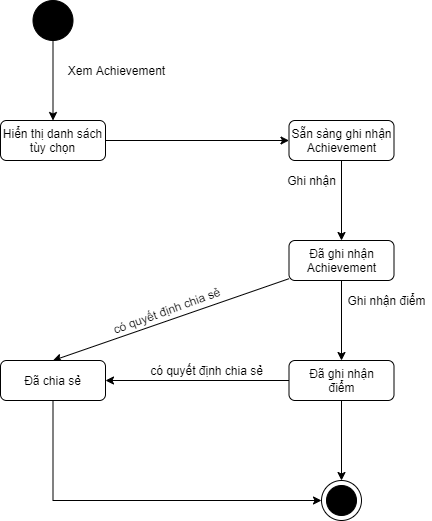
Above: ToDoApp-Doc/Document/Diagram/State Machine Diagram/Achievement/Achievement_StateDiagram.png in Merevoli-DatLuu/To-Do-App (draw.io), before the change. Source tidied: cells renumbered, new cells last; positions are measured from the earlier drawing's top-left corner, leaving out a move shared by most shapes.
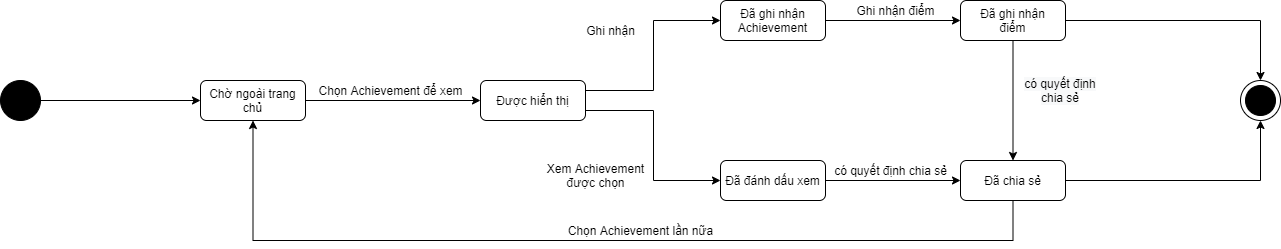
The same file after the commit.

Commit message:
[Modified] : Achievement_StateDiagram

The edit, as a diff of the source:
```diff
@@ -2,69 +2,96 @@
   <root>
     <mxCell id="0" />
     <mxCell id="1" parent="0" />
-    <mxCell id="2" style="edgeStyle=orthogonalEdgeStyle;rounded=0;jettySize=auto;html=1;entryX=0.5;entryY=0;entryDx=0;entryDy=0;" parent="1" edge="1" source="3" target="20">
-      <mxGeometry relative="1" as="geometry" />
-    </mxCell>
+    <mxCell id="19" style="edgeStyle=orthogonalEdgeStyle;rounded=0;jettySize=auto;html=1;entryX=0;entryY=0.5;entryDx=0;entryDy=0;" parent="1" edge="1" source="3" target="20">
+      <mxGeometry relative="1" as="geometry" />
+    </mxCell>
     <mxCell id="3" style="shape=ellipse;html=1;fillColor=#000000;fontSize=18;fontColor=#ffffff;" parent="1" vertex="1">
-      <mxGeometry x="32.5" width="40" height="40" as="geometry" />
+      <mxGeometry x="-39" y="200" width="40" height="40" as="geometry" />
     </mxCell>
     <mxCell id="4" style="shape=mxgraph.sysml.actFinal;html=1;verticalLabelPosition=bottom;labelBackgroundColor=#ffffff;verticalAlign=top;" parent="1" vertex="1">
-      <mxGeometry x="321" y="480" width="40" height="40" as="geometry" />
+      <mxGeometry x="1201" y="200" width="40" height="40" as="geometry" />
     </mxCell>
-    <mxCell id="5" style="edgeStyle=orthogonalEdgeStyle;rounded=0;jettySize=auto;html=1;entryX=0.5;entryY=0;entryDx=0;entryDy=0;" parent="1" edge="1" source="6" target="9">
-      <mxGeometry relative="1" as="geometry" />
-    </mxCell>
-    <mxCell id="6" value="Sẵn sàng ghi nhận Achievement" style="shape=rect;rounded=1;html=1;whiteSpace=wrap;align=center;" parent="1" vertex="1">
-      <mxGeometry x="288.5" y="120" width="105" height="40" as="geometry" />
-    </mxCell>
-    <mxCell id="7" style="edgeStyle=orthogonalEdgeStyle;rounded=0;jettySize=auto;html=1;entryX=0.5;entryY=0;entryDx=0;entryDy=0;" parent="1" edge="1" source="9" target="13">
+    <mxCell id="7" style="edgeStyle=orthogonalEdgeStyle;rounded=0;jettySize=auto;html=1;entryX=0;entryY=0.5;entryDx=0;entryDy=0;" parent="1" edge="1" source="9" target="13">
       <mxGeometry relative="1" as="geometry" />
     </mxCell>
-    <mxCell id="8" style="edgeStyle=none;rounded=0;jettySize=auto;html=1;entryX=0.5;entryY=0;entryDx=0;entryDy=0;" parent="1" edge="1" source="9" target="16">
-      <mxGeometry relative="1" as="geometry" />
-    </mxCell>
     <mxCell id="9" value="Đã ghi nhận&lt;br&gt;Achievement" style="shape=rect;rounded=1;html=1;whiteSpace=wrap;align=center;" parent="1" vertex="1">
-      <mxGeometry x="288.5" y="240" width="105" height="40" as="geometry" />
+      <mxGeometry x="681" y="120" width="105" height="40" as="geometry" />
     </mxCell>
     <mxCell id="10" value="Ghi nhận" style="text;html=1;align=center;verticalAlign=middle;" parent="1" vertex="1">
-      <mxGeometry x="281" y="170" width="60" height="20" as="geometry" />
+      <mxGeometry x="541" y="140" width="60" height="20" as="geometry" />
     </mxCell>
-    <mxCell id="11" style="edgeStyle=none;rounded=0;jettySize=auto;html=1;entryX=1;entryY=0.5;entryDx=0;entryDy=0;" parent="1" edge="1" source="13" target="16">
+    <mxCell id="11" style="edgeStyle=orthogonalEdgeStyle;rounded=0;jettySize=auto;html=1;entryX=0.5;entryY=0;entryDx=0;entryDy=0;" parent="1" edge="1" source="13" target="16">
       <mxGeometry relative="1" as="geometry" />
     </mxCell>
     <mxCell id="12" style="edgeStyle=orthogonalEdgeStyle;rounded=0;jettySize=auto;html=1;entryX=0.5;entryY=0;entryDx=0;entryDy=0;entryPerimeter=0;" parent="1" edge="1" source="13" target="4">
       <mxGeometry relative="1" as="geometry" />
     </mxCell>
     <mxCell id="13" value="Đã ghi nhận&lt;br&gt;điểm" style="shape=rect;rounded=1;html=1;whiteSpace=wrap;align=center;" parent="1" vertex="1">
-      <mxGeometry x="288.5" y="360" width="105" height="40" as="geometry" />
+      <mxGeometry x="921" y="120" width="105" height="40" as="geometry" />
     </mxCell>
     <mxCell id="14" value="Ghi nhận điểm" style="text;html=1;align=center;verticalAlign=middle;" parent="1" vertex="1">
-      <mxGeometry x="341" y="290" width="90" height="20" as="geometry" />
+      <mxGeometry x="811" y="120" width="90" height="20" as="geometry" />
     </mxCell>
+    <mxCell id="22" style="edgeStyle=orthogonalEdgeStyle;rounded=0;jettySize=auto;html=1;entryX=0.5;entryY=1;entryDx=0;entryDy=0;" parent="1" edge="1" source="16" target="20">
+      <mxGeometry relative="1" as="geometry">
+        <Array as="points">
+          <mxPoint x="974" y="360" />
+          <mxPoint x="214" y="360" />
+        </Array>
+      </mxGeometry>
+    </mxCell>
-    <mxCell id="15" style="edgeStyle=orthogonalEdgeStyle;rounded=0;jettySize=auto;html=1;entryX=0;entryY=0.5;entryDx=0;entryDy=0;entryPerimeter=0;" parent="1" edge="1" source="16" target="4">
-      <mxGeometry relative="1" as="geometry">
-        <Array as="points">
-          <mxPoint x="53" y="500" />
-        </Array>
-      </mxGeometry>
+    <mxCell id="15" style="edgeStyle=orthogonalEdgeStyle;rounded=0;jettySize=auto;html=1;entryX=0.5;entryY=1;entryDx=0;entryDy=0;entryPerimeter=0;" parent="1" edge="1" source="16" target="4">
+      <mxGeometry relative="1" as="geometry" />
     </mxCell>
     <mxCell id="16" value="Đã chia sẻ" style="shape=rect;rounded=1;html=1;whiteSpace=wrap;align=center;" parent="1" vertex="1">
-      <mxGeometry y="360" width="105" height="40" as="geometry" />
+      <mxGeometry x="921" y="280" width="105" height="40" as="geometry" />
     </mxCell>
+    <mxCell id="18" value="có quyết định chia sẻ" style="text;html=1;align=center;verticalAlign=middle;" parent="1" vertex="1">
+      <mxGeometry x="786" y="280" width="130" height="20" as="geometry" />
+    </mxCell>
+    <mxCell id="23" style="rounded=0;jettySize=auto;html=1;entryX=0;entryY=0.5;entryDx=0;entryDy=0;" parent="1" edge="1" source="20" target="26">
+      <mxGeometry relative="1" as="geometry" />
+    </mxCell>
+    <mxCell id="20" value="Chờ ngoài trang chủ" style="shape=rect;rounded=1;html=1;whiteSpace=wrap;align=center;" parent="1" vertex="1">
+      <mxGeometry x="161" y="200" width="105" height="40" as="geometry" />
+    </mxCell>
+    <mxCell id="24" style="edgeStyle=orthogonalEdgeStyle;rounded=0;jettySize=auto;html=1;entryX=0;entryY=0.5;entryDx=0;entryDy=0;" parent="1" edge="1" source="26">
+      <mxGeometry relative="1" as="geometry">
+        <mxPoint x="681" y="140" as="targetPoint" />
+        <Array as="points">
+          <mxPoint x="614" y="210" />
+          <mxPoint x="614" y="140" />
+        </Array>
+      </mxGeometry>
+    </mxCell>
+    <mxCell id="25" style="edgeStyle=orthogonalEdgeStyle;rounded=0;jettySize=auto;html=1;entryX=0;entryY=0.5;entryDx=0;entryDy=0;" parent="1" edge="1" source="26" target="29">
+      <mxGeometry relative="1" as="geometry">
+        <Array as="points">
+          <mxPoint x="614" y="230" />
+          <mxPoint x="614" y="300" />
+        </Array>
+      </mxGeometry>
+    </mxCell>
+    <mxCell id="26" value="Được hiển thị" style="shape=rect;rounded=1;html=1;whiteSpace=wrap;align=center;" parent="1" vertex="1">
+      <mxGeometry x="441" y="200" width="105" height="40" as="geometry" />
+    </mxCell>
+    <mxCell id="27" value="Chọn Achievement để xem" style="text;html=1;align=center;verticalAlign=middle;" parent="1" vertex="1">
+      <mxGeometry x="271" y="200" width="160" height="20" as="geometry" />
+    </mxCell>
+    <mxCell id="28" style="edgeStyle=orthogonalEdgeStyle;rounded=0;jettySize=auto;html=1;entryX=0;entryY=0.5;entryDx=0;entryDy=0;" parent="1" edge="1" source="29" target="16">
+      <mxGeometry relative="1" as="geometry" />
+    </mxCell>
+    <mxCell id="29" value="Đã đánh dấu xem" style="shape=rect;rounded=1;html=1;whiteSpace=wrap;align=center;" parent="1" vertex="1">
+      <mxGeometry x="681" y="280" width="105" height="40" as="geometry" />
+    </mxCell>
+    <mxCell id="30" value="Xem Achievement&lt;br&gt;được chọn" style="text;html=1;align=center;verticalAlign=middle;" parent="1" vertex="1">
+      <mxGeometry x="501" y="280" width="110" height="30" as="geometry" />
+    </mxCell>
-    <mxCell id="17" value="có quyết định chia sẻ" style="text;html=1;align=center;verticalAlign=middle;rotation=-20;" parent="1" vertex="1">
-      <mxGeometry x="101" y="300" width="130" height="20" as="geometry" />
+    <mxCell id="17" value="&lt;span style=&quot;color: rgb(0 , 0 , 0) ; font-family: &amp;#34;helvetica&amp;#34; ; font-size: 12px ; font-style: normal ; font-weight: 400 ; letter-spacing: normal ; text-indent: 0px ; text-transform: none ; word-spacing: 0px ; background-color: rgb(248 , 249 , 250) ; display: inline ; float: none&quot;&gt;có quyết định&lt;br&gt;chia sẻ&lt;/span&gt;" style="text;whiteSpace=wrap;html=1;align=center;" parent="1" vertex="1">
+      <mxGeometry x="981" y="190" width="80" height="30" as="geometry" />
     </mxCell>
-    <mxCell id="18" value="có quyết định chia sẻ" style="text;html=1;align=center;verticalAlign=middle;" parent="1" vertex="1">
-      <mxGeometry x="141" y="360" width="130" height="20" as="geometry" />
-    </mxCell>
-    <mxCell id="19" style="edgeStyle=orthogonalEdgeStyle;rounded=0;jettySize=auto;html=1;entryX=0;entryY=0.5;entryDx=0;entryDy=0;" parent="1" edge="1" source="20" target="6">
-      <mxGeometry relative="1" as="geometry" />
-    </mxCell>
-    <mxCell id="20" value="Hiển thị danh sách tùy chọn" style="shape=rect;rounded=1;html=1;whiteSpace=wrap;align=center;" parent="1" vertex="1">
-      <mxGeometry y="120" width="105" height="40" as="geometry" />
-    </mxCell>
-    <mxCell id="21" value="Xem Achievement" style="text;html=1;align=center;verticalAlign=middle;" parent="1" vertex="1">
-      <mxGeometry x="61" y="60" width="110" height="20" as="geometry" />
-    </mxCell>
+    <mxCell id="31" value="Chọn Achievement lần nữa" style="text;html=1;align=center;verticalAlign=middle;" parent="1" vertex="1">
+      <mxGeometry x="521" y="340" width="160" height="20" as="geometry" />
+    </mxCell>
   </root>
 </mxGraphModel>
```
